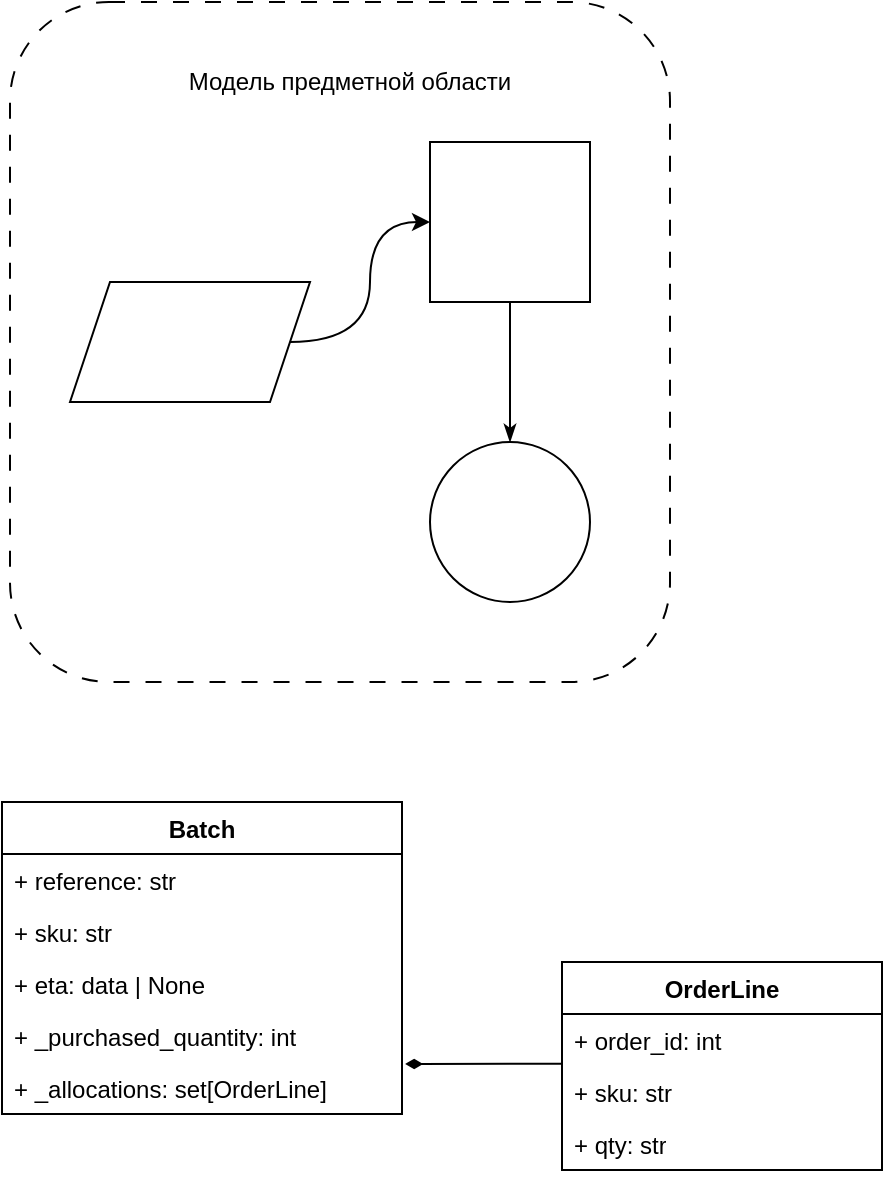
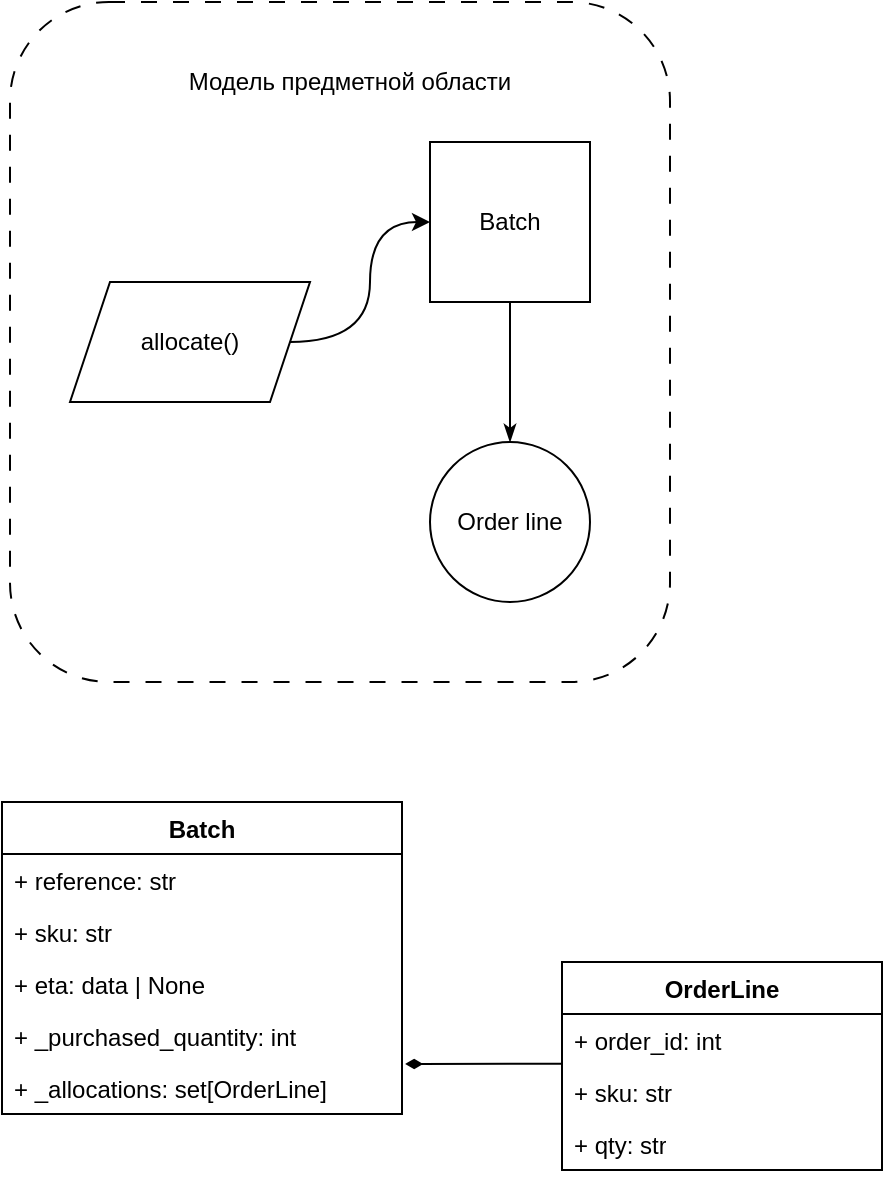
<mxfile host="Electron">
  <diagram name="Страница-1" id="V3rpfnUflKaNotFs_5z8">
    <mxGraphModel dx="693" dy="844" grid="1" gridSize="10" guides="1" tooltips="1" connect="1" arrows="1" fold="1" page="1" pageScale="1" pageWidth="827" pageHeight="1169" math="0" shadow="0">
      <root>
        <mxCell id="0" />
        <mxCell id="1" parent="0" />
        <mxCell id="9TURucZzgN30wxD5UjFS-12" connectable="0" parent="1" style="group" value="" vertex="1">
          <mxGeometry height="340" width="330" x="84" y="40" as="geometry" />
        </mxCell>
        <mxCell id="9TURucZzgN30wxD5UjFS-5" parent="9TURucZzgN30wxD5UjFS-12" style="html=1;whiteSpace=wrap;dashed=1;dashPattern=8 8;gradientColor=none;rounded=1;glass=0;shadow=0;" value="" vertex="1">
          <mxGeometry height="340" width="330" as="geometry" />
        </mxCell>
        <mxCell id="9TURucZzgN30wxD5UjFS-6" parent="9TURucZzgN30wxD5UjFS-12" style="text;html=1;whiteSpace=wrap;strokeColor=none;fillColor=none;align=center;verticalAlign=middle;rounded=0;" value="Модель предметной области" vertex="1">
          <mxGeometry height="40" width="240" x="50" y="20" as="geometry" />
        </mxCell>
-         <mxCell id="9TURucZzgN30wxD5UjFS-7" parent="9TURucZzgN30wxD5UjFS-12" style="shape=parallelogram;perimeter=parallelogramPerimeter;whiteSpace=wrap;html=1;fixedSize=1;" value="" vertex="1">
+         <mxCell id="9TURucZzgN30wxD5UjFS-7" parent="9TURucZzgN30wxD5UjFS-12" style="shape=parallelogram;perimeter=parallelogramPerimeter;whiteSpace=wrap;html=1;fixedSize=1;" value="allocate()" vertex="1">
          <mxGeometry height="60" width="120" x="30" y="140" as="geometry" />
        </mxCell>
-         <mxCell id="9TURucZzgN30wxD5UjFS-8" parent="9TURucZzgN30wxD5UjFS-12" style="whiteSpace=wrap;html=1;aspect=fixed;" value="" vertex="1">
+         <mxCell id="9TURucZzgN30wxD5UjFS-8" parent="9TURucZzgN30wxD5UjFS-12" style="whiteSpace=wrap;html=1;aspect=fixed;" value="Batch" vertex="1">
          <mxGeometry height="80" width="80" x="210" y="70" as="geometry" />
        </mxCell>
-         <mxCell id="9TURucZzgN30wxD5UjFS-9" parent="9TURucZzgN30wxD5UjFS-12" style="ellipse;whiteSpace=wrap;html=1;aspect=fixed;" value="" vertex="1">
+         <mxCell id="9TURucZzgN30wxD5UjFS-9" parent="9TURucZzgN30wxD5UjFS-12" style="ellipse;whiteSpace=wrap;html=1;aspect=fixed;" value="Order line" vertex="1">
          <mxGeometry height="80" width="80" x="210" y="220" as="geometry" />
        </mxCell>
        <mxCell id="9TURucZzgN30wxD5UjFS-10" edge="1" parent="9TURucZzgN30wxD5UjFS-12" source="9TURucZzgN30wxD5UjFS-7" style="curved=1;endArrow=classic;html=1;rounded=0;entryX=0;entryY=0.5;entryDx=0;entryDy=0;exitX=1;exitY=0.5;exitDx=0;exitDy=0;edgeStyle=orthogonalEdgeStyle;endFill=1;" target="9TURucZzgN30wxD5UjFS-8" value="">
          <mxGeometry height="50" relative="1" width="50" as="geometry">
            <mxPoint x="140" y="200" as="sourcePoint" />
            <mxPoint x="190" y="150" as="targetPoint" />
          </mxGeometry>
        </mxCell>
        <mxCell id="9TURucZzgN30wxD5UjFS-11" edge="1" parent="9TURucZzgN30wxD5UjFS-12" source="9TURucZzgN30wxD5UjFS-9" style="endArrow=none;html=1;rounded=0;entryX=0.5;entryY=1;entryDx=0;entryDy=0;exitX=0.5;exitY=0;exitDx=0;exitDy=0;startArrow=classicThin;startFill=1;" target="9TURucZzgN30wxD5UjFS-8" value="">
          <mxGeometry height="50" relative="1" width="50" as="geometry">
            <mxPoint x="140" y="200" as="sourcePoint" />
            <mxPoint x="190" y="150" as="targetPoint" />
          </mxGeometry>
        </mxCell>
        <mxCell id="mqwCX_SPE4qyENMmute8-1" parent="1" style="swimlane;fontStyle=1;align=center;verticalAlign=top;childLayout=stackLayout;horizontal=1;startSize=26;horizontalStack=0;resizeParent=1;resizeParentMax=0;resizeLast=0;collapsible=1;marginBottom=0;whiteSpace=wrap;html=1;" value="Batch" vertex="1">
          <mxGeometry height="156" width="200" x="80" y="440" as="geometry" />
        </mxCell>
        <mxCell id="mqwCX_SPE4qyENMmute8-2" parent="mqwCX_SPE4qyENMmute8-1" style="text;strokeColor=none;fillColor=none;align=left;verticalAlign=top;spacingLeft=4;spacingRight=4;overflow=hidden;rotatable=0;points=[[0,0.5],[1,0.5]];portConstraint=eastwest;whiteSpace=wrap;html=1;" value="+ reference: str" vertex="1">
          <mxGeometry height="26" width="200" y="26" as="geometry" />
        </mxCell>
        <mxCell id="mqwCX_SPE4qyENMmute8-5" parent="mqwCX_SPE4qyENMmute8-1" style="text;strokeColor=none;fillColor=none;align=left;verticalAlign=top;spacingLeft=4;spacingRight=4;overflow=hidden;rotatable=0;points=[[0,0.5],[1,0.5]];portConstraint=eastwest;whiteSpace=wrap;html=1;" value="+ sku: str" vertex="1">
          <mxGeometry height="26" width="200" y="52" as="geometry" />
        </mxCell>
        <mxCell id="mqwCX_SPE4qyENMmute8-6" parent="mqwCX_SPE4qyENMmute8-1" style="text;strokeColor=none;fillColor=none;align=left;verticalAlign=top;spacingLeft=4;spacingRight=4;overflow=hidden;rotatable=0;points=[[0,0.5],[1,0.5]];portConstraint=eastwest;whiteSpace=wrap;html=1;" value="+ eta: data | None" vertex="1">
          <mxGeometry height="26" width="200" y="78" as="geometry" />
        </mxCell>
        <mxCell id="mqwCX_SPE4qyENMmute8-7" parent="mqwCX_SPE4qyENMmute8-1" style="text;strokeColor=none;fillColor=none;align=left;verticalAlign=top;spacingLeft=4;spacingRight=4;overflow=hidden;rotatable=0;points=[[0,0.5],[1,0.5]];portConstraint=eastwest;whiteSpace=wrap;html=1;" value="+ _purchased_quantity: int" vertex="1">
          <mxGeometry height="26" width="200" y="104" as="geometry" />
        </mxCell>
        <mxCell id="mqwCX_SPE4qyENMmute8-8" parent="mqwCX_SPE4qyENMmute8-1" style="text;strokeColor=none;fillColor=none;align=left;verticalAlign=top;spacingLeft=4;spacingRight=4;overflow=hidden;rotatable=0;points=[[0,0.5],[1,0.5]];portConstraint=eastwest;whiteSpace=wrap;html=1;" value="+ _allocations: set[OrderLine]" vertex="1">
          <mxGeometry height="26" width="200" y="130" as="geometry" />
        </mxCell>
        <mxCell id="mqwCX_SPE4qyENMmute8-9" parent="1" style="swimlane;fontStyle=1;align=center;verticalAlign=top;childLayout=stackLayout;horizontal=1;startSize=26;horizontalStack=0;resizeParent=1;resizeParentMax=0;resizeLast=0;collapsible=1;marginBottom=0;whiteSpace=wrap;html=1;" value="OrderLine" vertex="1">
          <mxGeometry height="104" width="160" x="360" y="520" as="geometry" />
        </mxCell>
        <mxCell id="mqwCX_SPE4qyENMmute8-10" parent="mqwCX_SPE4qyENMmute8-9" style="text;strokeColor=none;fillColor=none;align=left;verticalAlign=top;spacingLeft=4;spacingRight=4;overflow=hidden;rotatable=0;points=[[0,0.5],[1,0.5]];portConstraint=eastwest;whiteSpace=wrap;html=1;" value="+ order_id: int" vertex="1">
          <mxGeometry height="26" width="160" y="26" as="geometry" />
        </mxCell>
        <mxCell id="mqwCX_SPE4qyENMmute8-13" parent="mqwCX_SPE4qyENMmute8-9" style="text;strokeColor=none;fillColor=none;align=left;verticalAlign=top;spacingLeft=4;spacingRight=4;overflow=hidden;rotatable=0;points=[[0,0.5],[1,0.5]];portConstraint=eastwest;whiteSpace=wrap;html=1;" value="+ sku: str" vertex="1">
          <mxGeometry height="26" width="160" y="52" as="geometry" />
        </mxCell>
        <mxCell id="mqwCX_SPE4qyENMmute8-14" parent="mqwCX_SPE4qyENMmute8-9" style="text;strokeColor=none;fillColor=none;align=left;verticalAlign=top;spacingLeft=4;spacingRight=4;overflow=hidden;rotatable=0;points=[[0,0.5],[1,0.5]];portConstraint=eastwest;whiteSpace=wrap;html=1;" value="+ qty: str" vertex="1">
          <mxGeometry height="26" width="160" y="78" as="geometry" />
        </mxCell>
        <mxCell id="mqwCX_SPE4qyENMmute8-16" edge="1" parent="1" source="mqwCX_SPE4qyENMmute8-8" style="endArrow=none;html=1;rounded=0;entryX=-0.001;entryY=0.957;entryDx=0;entryDy=0;exitX=1.008;exitY=0.038;exitDx=0;exitDy=0;exitPerimeter=0;entryPerimeter=0;startArrow=diamondThin;startFill=1;strokeWidth=1;" target="mqwCX_SPE4qyENMmute8-10" value="">
          <mxGeometry height="50" relative="1" width="50" as="geometry">
            <mxPoint x="270" y="557" as="sourcePoint" />
            <mxPoint x="430" y="410" as="targetPoint" />
          </mxGeometry>
        </mxCell>
      </root>
    </mxGraphModel>
  </diagram>
</mxfile>
